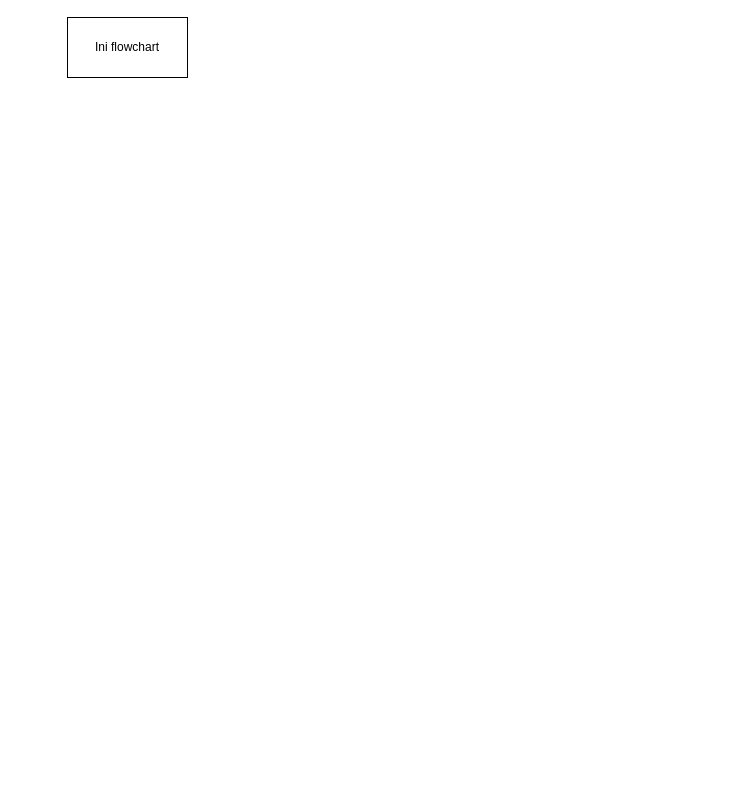
Above: Flowchart.drawio in WidadAbida/Praktikum-PPL (draw.io), before the change. Source tidied: cells renumbered, new cells numbered last; positions are measured from the earlier drawing's top-left corner, leaving out a move shared by most shapes. Both pictures are drawn from the tidied source at 100%, with x=0, y=0 at pixel (67, 17).
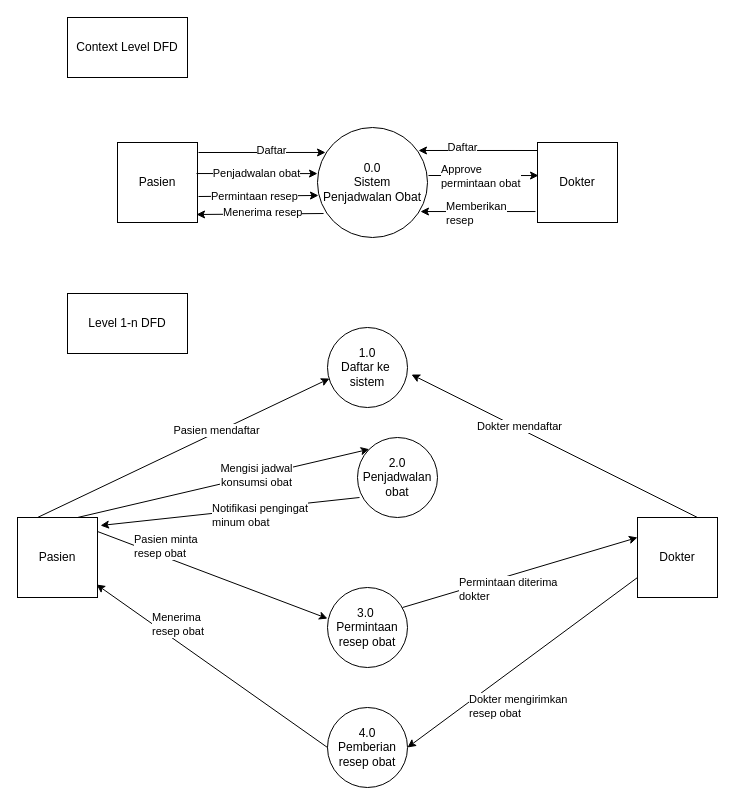
Above is the later version.

Diff of the diagram source:
```diff
@@
-    <mxCell id="2" value="Ini flowchart" style="rounded=0;whiteSpace=wrap;html=1;" parent="1" vertex="1">
+    <mxCell id="2" value="Context Level DFD" style="rounded=0;whiteSpace=wrap;html=1;" parent="1" vertex="1">
       <mxGeometry width="120" height="60" as="geometry" />
     </mxCell>
+    <mxCell id="3" value="0.0&lt;br&gt;Sistem Penjadwalan Obat" style="ellipse;whiteSpace=wrap;html=1;" parent="1" vertex="1">
+      <mxGeometry x="250" y="110" width="110" height="110" as="geometry" />
+    </mxCell>
+    <mxCell id="4" value="Pasien" style="whiteSpace=wrap;html=1;" parent="1" vertex="1">
+      <mxGeometry x="50" y="125" width="80" height="80" as="geometry" />
+    </mxCell>
+    <mxCell id="5" value="Dokter" style="whiteSpace=wrap;html=1;" parent="1" vertex="1">
+      <mxGeometry x="470" y="125" width="80" height="80" as="geometry" />
+    </mxCell>
+    <mxCell id="6" style="endArrow=classic;html=1;exitX=1.013;exitY=0.125;exitDx=0;exitDy=0;exitPerimeter=0;entryX=0.073;entryY=0.227;entryDx=0;entryDy=0;entryPerimeter=0;" parent="1" edge="1" source="4" target="3">
+      <mxGeometry relative="1" as="geometry" />
+    </mxCell>
+    <mxCell id="7" value="Daftar" style="edgeLabel;html=1;align=center;verticalAlign=middle;" parent="6" vertex="1">
+      <mxGeometry x="0.14" y="2" relative="1" as="geometry" />
+    </mxCell>
+    <mxCell id="8" style="endArrow=classic;html=1;exitX=0;exitY=0.1;exitDx=0;exitDy=0;entryX=0.918;entryY=0.209;entryDx=0;entryDy=0;exitPerimeter=0;entryPerimeter=0;" parent="1" edge="1" source="5" target="3">
+      <mxGeometry relative="1" as="geometry" />
+    </mxCell>
+    <mxCell id="9" value="Daftar" style="edgeLabel;html=1;align=center;verticalAlign=middle;" parent="8" vertex="1">
+      <mxGeometry x="0.27" y="-3" relative="1" as="geometry" />
+    </mxCell>
+    <mxCell id="10" value="Penjadwalan obat" style="endArrow=classic;html=1;exitX=0.988;exitY=0.388;exitDx=0;exitDy=0;exitPerimeter=0;entryX=0;entryY=0.419;entryDx=0;entryDy=0;entryPerimeter=0;" parent="1" edge="1" source="4" target="3">
+      <mxGeometry relative="1" as="geometry" />
+    </mxCell>
+    <mxCell id="11" style="endArrow=classic;html=1;exitX=1.013;exitY=0.675;exitDx=0;exitDy=0;exitPerimeter=0;entryX=0.009;entryY=0.618;entryDx=0;entryDy=0;entryPerimeter=0;" parent="1" edge="1" source="4" target="3">
+      <mxGeometry relative="1" as="geometry" />
+    </mxCell>
+    <mxCell id="12" value="Permintaan resep" style="edgeLabel;html=1;align=left;verticalAlign=middle;" parent="11" vertex="1">
+      <mxGeometry x="-0.82" relative="1" as="geometry" />
+    </mxCell>
+    <mxCell id="13" style="endArrow=classic;html=1;exitX=0.055;exitY=0.782;exitDx=0;exitDy=0;exitPerimeter=0;entryX=0.988;entryY=0.9;entryDx=0;entryDy=0;entryPerimeter=0;" parent="1" edge="1" source="3" target="4">
+      <mxGeometry relative="1" as="geometry" />
+    </mxCell>
+    <mxCell id="14" value="Menerima resep" style="edgeLabel;html=1;align=left;verticalAlign=middle;" parent="13" vertex="1">
+      <mxGeometry x="0.61" y="-2" relative="1" as="geometry" />
+    </mxCell>
+    <mxCell id="15" style="endArrow=classic;html=1;entryX=0.013;entryY=0.413;entryDx=0;entryDy=0;entryPerimeter=0;" parent="1" edge="1" target="5">
+      <mxGeometry relative="1" as="geometry">
+        <mxPoint x="361" y="158" as="sourcePoint" />
+      </mxGeometry>
+    </mxCell>
+    <mxCell id="16" value="Approve&lt;br&gt;permintaan obat" style="edgeLabel;html=1;align=left;verticalAlign=middle;" parent="15" vertex="1">
+      <mxGeometry x="-0.8" relative="1" as="geometry" />
+    </mxCell>
+    <mxCell id="17" style="endArrow=classic;html=1;exitX=-0.025;exitY=0.863;exitDx=0;exitDy=0;exitPerimeter=0;entryX=0.936;entryY=0.764;entryDx=0;entryDy=0;entryPerimeter=0;" parent="1" edge="1" source="5" target="3">
+      <mxGeometry relative="1" as="geometry" />
+    </mxCell>
+    <mxCell id="18" value="Memberikan&lt;br&gt;resep" style="edgeLabel;html=1;align=left;verticalAlign=middle;" parent="17" vertex="1">
+      <mxGeometry x="0.58" y="1" relative="1" as="geometry" />
+    </mxCell>
+    <mxCell id="19" value="Level 1-n DFD" style="rounded=0;whiteSpace=wrap;html=1;" parent="1" vertex="1">
+      <mxGeometry y="276" width="120" height="60" as="geometry" />
+    </mxCell>
+    <mxCell id="20" value="Pasien" style="whiteSpace=wrap;html=1;" parent="1" vertex="1">
+      <mxGeometry x="-50" y="500" width="80" height="80" as="geometry" />
+    </mxCell>
+    <mxCell id="21" value="3.0&amp;nbsp;&lt;br&gt;Permintaan&lt;br&gt;resep obat" style="ellipse;whiteSpace=wrap;html=1;align=center;" parent="1" vertex="1">
+      <mxGeometry x="260" y="570" width="80" height="80" as="geometry" />
+    </mxCell>
+    <mxCell id="22" value="Dokter" style="whiteSpace=wrap;html=1;" parent="1" vertex="1">
+      <mxGeometry x="570" y="500" width="80" height="80" as="geometry" />
+    </mxCell>
+    <mxCell id="23" style="endArrow=classic;html=1;exitX=1;exitY=0.175;exitDx=0;exitDy=0;exitPerimeter=0;entryX=0;entryY=0.388;entryDx=0;entryDy=0;entryPerimeter=0;" parent="1" edge="1" source="20" target="21">
+      <mxGeometry relative="1" as="geometry" />
+    </mxCell>
+    <mxCell id="24" value="Pasien minta&lt;br&gt;resep obat" style="edgeLabel;html=1;align=left;verticalAlign=middle;" parent="23" vertex="1">
+      <mxGeometry x="-0.69" y="-1" relative="1" as="geometry" />
+    </mxCell>
+    <mxCell id="25" style="endArrow=classic;html=1;exitX=0.938;exitY=0.25;exitDx=0;exitDy=0;exitPerimeter=0;entryX=0;entryY=0.25;entryDx=0;entryDy=0;" parent="1" edge="1" source="21" target="22">
+      <mxGeometry relative="1" as="geometry" />
+    </mxCell>
+    <mxCell id="26" value="Permintaan diterima&lt;br&gt;dokter" style="edgeLabel;html=1;align=left;verticalAlign=middle;" parent="25" vertex="1">
+      <mxGeometry x="-0.53" y="2" relative="1" as="geometry" />
+    </mxCell>
+    <mxCell id="27" value="4.0&lt;br&gt;Pemberian&lt;br&gt;resep obat" style="ellipse;whiteSpace=wrap;html=1;align=center;" parent="1" vertex="1">
+      <mxGeometry x="260" y="690" width="80" height="80" as="geometry" />
+    </mxCell>
+    <mxCell id="28" style="endArrow=classic;html=1;exitX=0;exitY=0.75;exitDx=0;exitDy=0;entryX=1;entryY=0.5;entryDx=0;entryDy=0;" parent="1" edge="1" source="22" target="27">
+      <mxGeometry relative="1" as="geometry" />
+    </mxCell>
+    <mxCell id="29" value="Dokter mengirimkan&lt;br&gt;resep obat" style="edgeLabel;html=1;align=left;verticalAlign=middle;" parent="28" vertex="1">
+      <mxGeometry x="0.49" y="2" relative="1" as="geometry" />
+    </mxCell>
+    <mxCell id="30" style="endArrow=classic;html=1;exitX=0;exitY=0.5;exitDx=0;exitDy=0;entryX=0.988;entryY=0.838;entryDx=0;entryDy=0;entryPerimeter=0;" parent="1" edge="1" source="27" target="20">
+      <mxGeometry relative="1" as="geometry" />
+    </mxCell>
+    <mxCell id="31" value="Menerima&amp;nbsp;&lt;br&gt;resep obat" style="edgeLabel;html=1;align=left;verticalAlign=middle;" parent="30" vertex="1">
+      <mxGeometry x="0.53" y="1" relative="1" as="geometry" />
+    </mxCell>
+    <mxCell id="32" value="1.0&lt;br&gt;Daftar ke&amp;nbsp;&lt;br&gt;sistem" style="ellipse;whiteSpace=wrap;html=1;align=center;" parent="1" vertex="1">
+      <mxGeometry x="260" y="310" width="80" height="80" as="geometry" />
+    </mxCell>
+    <mxCell id="33" style="endArrow=classic;html=1;exitX=0.25;exitY=0;exitDx=0;exitDy=0;entryX=0.025;entryY=0.638;entryDx=0;entryDy=0;entryPerimeter=0;" parent="1" edge="1" source="20" target="32">
+      <mxGeometry relative="1" as="geometry" />
+    </mxCell>
+    <mxCell id="34" value="Pasien mendaftar" style="edgeLabel;html=1;align=center;verticalAlign=middle;" parent="33" vertex="1">
+      <mxGeometry x="0.23" y="2" relative="1" as="geometry" />
+    </mxCell>
+    <mxCell id="35" style="endArrow=classic;html=1;exitX=0.75;exitY=0;exitDx=0;exitDy=0;entryX=1.05;entryY=0.588;entryDx=0;entryDy=0;entryPerimeter=0;" parent="1" edge="1" source="22" target="32">
+      <mxGeometry relative="1" as="geometry" />
+    </mxCell>
+    <mxCell id="36" value="Dokter mendaftar" style="edgeLabel;html=1;align=center;verticalAlign=middle;" parent="35" vertex="1">
+      <mxGeometry x="0.25" y="-2" relative="1" as="geometry" />
+    </mxCell>
+    <mxCell id="37" value="2.0&lt;br&gt;Penjadwalan&lt;br&gt;obat" style="ellipse;whiteSpace=wrap;html=1;align=center;" parent="1" vertex="1">
+      <mxGeometry x="290" y="420" width="80" height="80" as="geometry" />
+    </mxCell>
+    <mxCell id="38" style="endArrow=classic;html=1;exitX=0.75;exitY=0;exitDx=0;exitDy=0;entryX=0;entryY=0;entryDx=0;entryDy=0;" parent="1" edge="1" source="20" target="37">
+      <mxGeometry relative="1" as="geometry" />
+    </mxCell>
+    <mxCell id="39" value="Mengisi jadwal&lt;br&gt;konsumsi obat" style="edgeLabel;html=1;align=center;verticalAlign=middle;" parent="38" vertex="1">
+      <mxGeometry x="0.23" y="1" relative="1" as="geometry" />
+    </mxCell>
+    <mxCell id="40" style="endArrow=classic;html=1;exitX=0.025;exitY=0.75;exitDx=0;exitDy=0;exitPerimeter=0;entryX=1.038;entryY=0.1;entryDx=0;entryDy=0;entryPerimeter=0;" parent="1" edge="1" source="37" target="20">
+      <mxGeometry relative="1" as="geometry" />
+    </mxCell>
+    <mxCell id="41" value="Notifikasi pengingat&lt;br&gt;minum obat" style="edgeLabel;html=1;align=left;verticalAlign=middle;" parent="40" vertex="1">
+      <mxGeometry x="0.15" y="1" relative="1" as="geometry" />
+    </mxCell>
```
